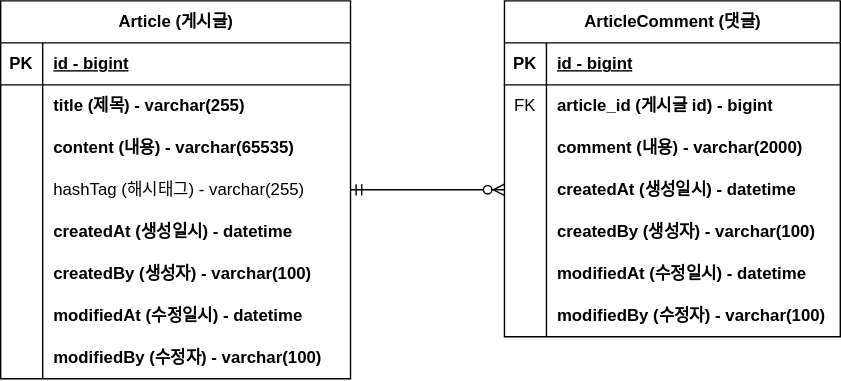
matrixpower1004/project-board keeps this draw.io diagram as document/project-board-erd.svg. Above is the earlier version. Source tidied: cells renumbered, new cells last; positions are measured from the earlier drawing's top-left corner, leaving out a move shared by most shapes.
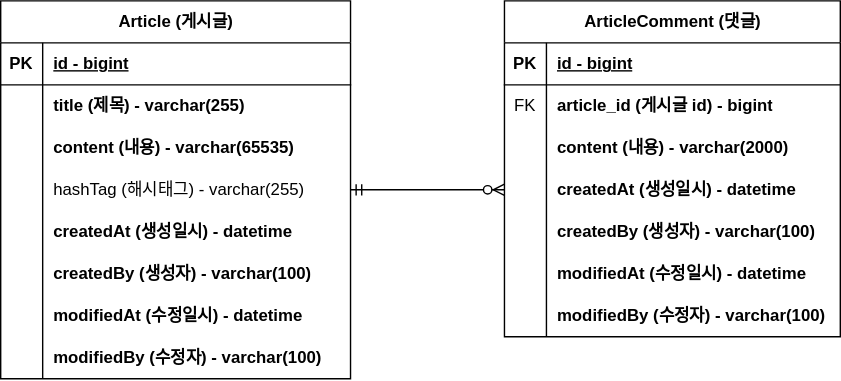
The same file after the commit.

Diff of the diagram source:
```diff
@@ -104,7 +104,7 @@
     <mxCell id="35" style="shape=partialRectangle;fillColor=none;top=0;left=0;bottom=0;right=0;overflow=hidden;whiteSpace=wrap;html=1;" parent="34" vertex="1">
       <mxGeometry width="30" height="30" as="geometry" />
     </mxCell>
-    <mxCell id="36" value="comment (내용) - varchar(2000)" style="shape=partialRectangle;fillColor=none;top=0;left=0;bottom=0;right=0;align=left;spacingLeft=6;overflow=hidden;whiteSpace=wrap;html=1;fontStyle=1;" parent="34" vertex="1">
+    <mxCell id="36" value="content (내용) - varchar(2000)" style="shape=partialRectangle;fillColor=none;top=0;left=0;bottom=0;right=0;align=left;spacingLeft=6;overflow=hidden;whiteSpace=wrap;html=1;fontStyle=1;" parent="34" vertex="1">
       <mxGeometry x="30" width="210" height="30" as="geometry" />
     </mxCell>
     <mxCell id="37" style="shape=tableRow;horizontal=0;startSize=0;swimlaneHead=0;swimlaneBody=0;fillColor=none;top=0;left=0;right=0;bottom=0;" parent="27" vertex="1">
```
